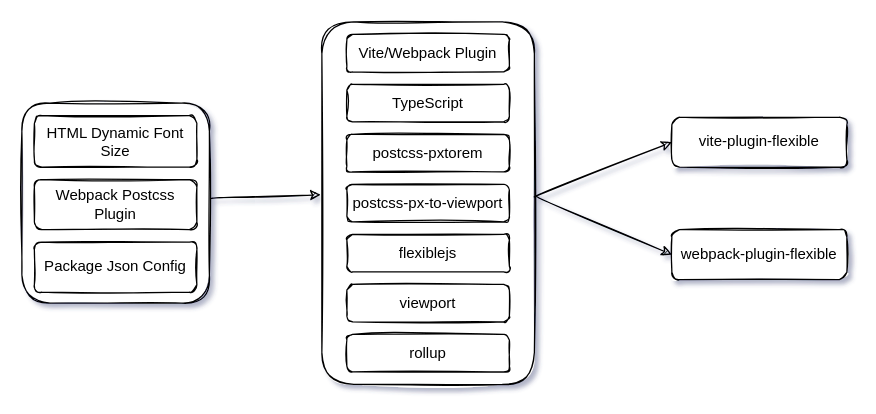
zhixinpeng/storage keeps this draw.io diagram as drawio/flexible.drawio. Above is the earlier version. Source tidied: cells renumbered, new cells numbered last; positions are measured from the earlier drawing's top-left corner, leaving out a move shared by most shapes. Both pictures are drawn from the tidied source at 125%, with x=0, y=0 at pixel (21, 21).
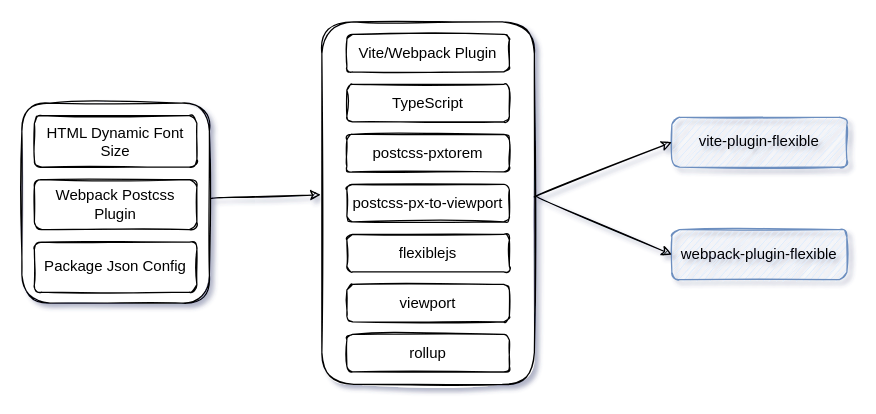
The same diagram, later.

What changed in the source:
```diff
@@
 <mxGraphModel shadow="1">
   <root>
     <mxCell id="0" />
     <mxCell id="1" parent="0" />
     <mxCell id="2" style="rounded=1;whiteSpace=wrap;html=1;sketch=1;" parent="1" vertex="1">
       <mxGeometry y="65" width="150" height="160" as="geometry" />
     </mxCell>
     <mxCell id="3" value="HTML Dynamic Font Size" style="rounded=1;whiteSpace=wrap;html=1;sketch=1;" parent="1" vertex="1">
       <mxGeometry x="10" y="75" width="130" height="41.2" as="geometry" />
     </mxCell>
     <mxCell id="4" value="Webpack Postcss Plugin" style="rounded=1;whiteSpace=wrap;html=1;sketch=1;" parent="1" vertex="1">
       <mxGeometry x="10" y="126.2" width="130" height="40" as="geometry" />
     </mxCell>
     <mxCell id="5" value="Package Json Config" style="rounded=1;whiteSpace=wrap;html=1;sketch=1;" parent="1" vertex="1">
       <mxGeometry x="10" y="176.2" width="130" height="40" as="geometry" />
     </mxCell>
     <mxCell id="6" style="rounded=1;whiteSpace=wrap;html=1;sketch=1;" parent="1" vertex="1">
       <mxGeometry x="240" width="170" height="290" as="geometry" />
     </mxCell>
     <mxCell id="7" value="Vite/Webpack Plugin" style="rounded=1;whiteSpace=wrap;html=1;sketch=1;" parent="1" vertex="1">
       <mxGeometry x="260" y="10" width="130" height="30" as="geometry" />
     </mxCell>
     <mxCell id="8" value="TypeScript" style="rounded=1;whiteSpace=wrap;html=1;sketch=1;" parent="1" vertex="1">
       <mxGeometry x="260" y="50" width="130" height="30" as="geometry" />
     </mxCell>
     <mxCell id="9" value="postcss-pxtorem" style="rounded=1;whiteSpace=wrap;html=1;sketch=1;" parent="1" vertex="1">
       <mxGeometry x="260" y="90" width="130" height="30" as="geometry" />
     </mxCell>
     <mxCell id="10" value="postcss-px-to-viewport" style="rounded=1;whiteSpace=wrap;html=1;sketch=1;" parent="1" vertex="1">
       <mxGeometry x="260" y="130" width="130" height="30" as="geometry" />
     </mxCell>
     <mxCell id="11" value="flexiblejs" style="rounded=1;whiteSpace=wrap;html=1;sketch=1;" parent="1" vertex="1">
       <mxGeometry x="260" y="170" width="130" height="30" as="geometry" />
     </mxCell>
-    <mxCell id="12" value="vite-plugin-flexible" style="rounded=1;whiteSpace=wrap;html=1;sketch=1;" parent="1" vertex="1">
+    <mxCell id="12" value="vite-plugin-flexible" style="rounded=1;whiteSpace=wrap;html=1;sketch=1;fillColor=#dae8fc;strokeColor=#6c8ebf;" parent="1" vertex="1">
       <mxGeometry x="520" y="76.2" width="140" height="40" as="geometry" />
     </mxCell>
-    <mxCell id="13" value="webpack-plugin-flexible" style="rounded=1;whiteSpace=wrap;html=1;sketch=1;" parent="1" vertex="1">
+    <mxCell id="13" value="webpack-plugin-flexible" style="rounded=1;whiteSpace=wrap;html=1;sketch=1;fillColor=#dae8fc;strokeColor=#6c8ebf;" parent="1" vertex="1">
       <mxGeometry x="520" y="166.2" width="140" height="40" as="geometry" />
     </mxCell>
     <mxCell id="14" value="viewport" style="rounded=1;whiteSpace=wrap;html=1;sketch=1;" parent="1" vertex="1">
       <mxGeometry x="260" y="210" width="130" height="30" as="geometry" />
     </mxCell>
     <mxCell id="15" style="endArrow=classic;html=1;rounded=1;entryX=-0.005;entryY=0.477;entryDx=0;entryDy=0;entryPerimeter=0;sketch=1;curved=1;exitX=1.008;exitY=0.477;exitDx=0;exitDy=0;exitPerimeter=0;" parent="1" edge="1" source="2" target="6">
       <mxGeometry relative="1" as="geometry" />
     </mxCell>
     <mxCell id="16" style="endArrow=classic;html=1;rounded=1;entryX=0;entryY=0.5;entryDx=0;entryDy=0;sketch=1;curved=1;shadow=0;" parent="1" edge="1" target="12">
       <mxGeometry relative="1" as="geometry">
         <mxPoint x="410" y="140" as="sourcePoint" />
       </mxGeometry>
     </mxCell>
     <mxCell id="17" style="endArrow=classic;html=1;rounded=1;entryX=0;entryY=0.5;entryDx=0;entryDy=0;sketch=1;curved=1;exitX=1.01;exitY=0.481;exitDx=0;exitDy=0;exitPerimeter=0;" parent="1" edge="1" source="6" target="13">
       <mxGeometry relative="1" as="geometry" />
     </mxCell>
     <mxCell id="18" value="rollup" style="rounded=1;whiteSpace=wrap;html=1;sketch=1;" parent="1" vertex="1">
       <mxGeometry x="260" y="250" width="130" height="30" as="geometry" />
     </mxCell>
   </root>
 </mxGraphModel>
```
